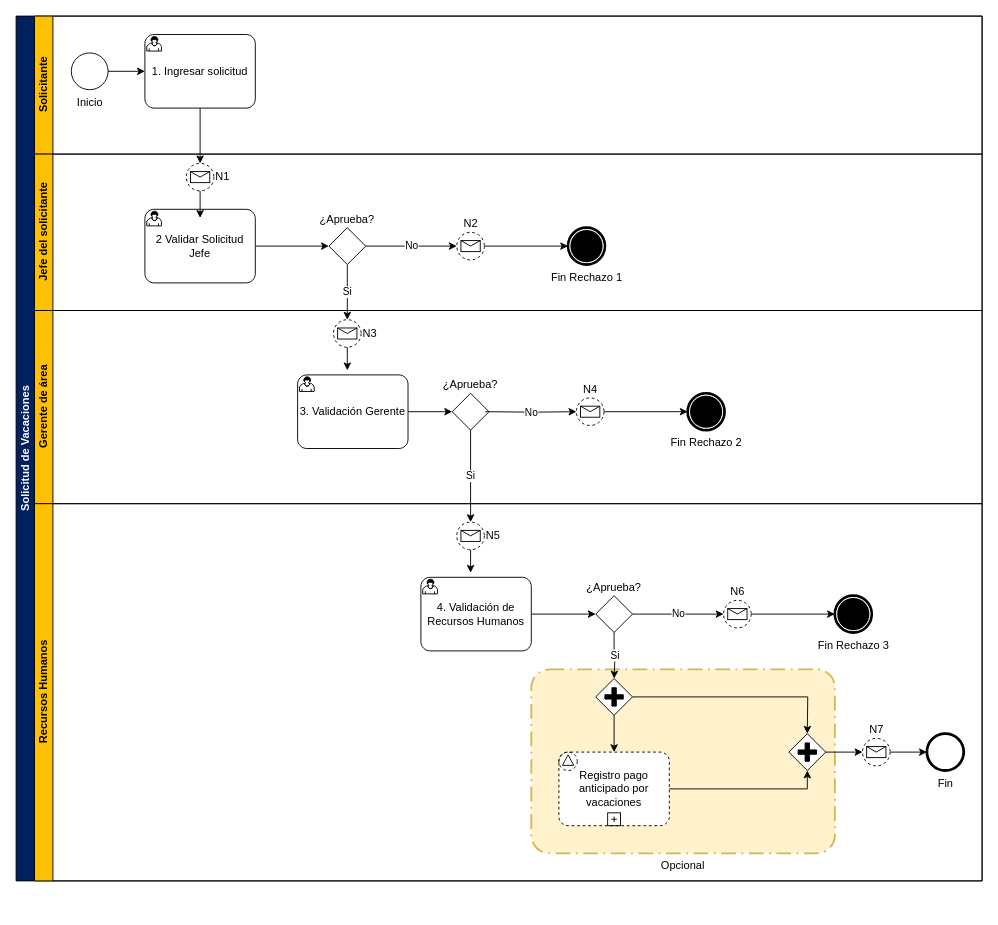
Earlier version of the draw.io diagram page "BPMN" (4 of 4) of RH_FG_01_SOL-VAC_2201_01.drawio (prtigofn/Dev2.0). Source tidied: cells renumbered, new cells numbered last; positions are measured from the earlier drawing's top-left corner, leaving out a move shared by most shapes. Both pictures are drawn from the tidied source at 92%, with x=0, y=0 at pixel (16, 16).
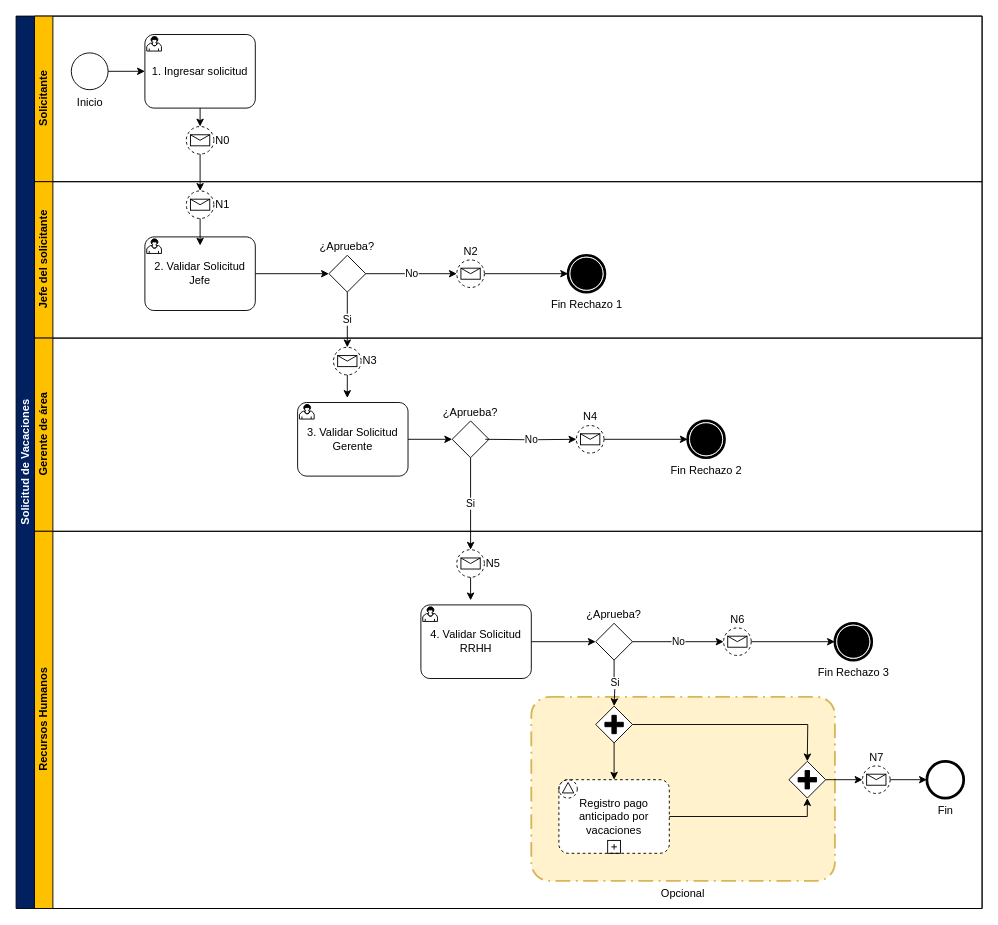
The same page after the edit.

The change refers to these unchanged cells:
```xml
<mxCell id="4" value="1. Ingresar solicitud" style="points=[[0.25,0,0],[0.5,0,0],[0.75,0,0],[1,0.25,0],[1,0.5,0],[1,0.75,0],[0.75,1,0],[0.5,1,0],[0.25,1,0],[0,0.75,0],[0,0.5,0],[0,0.25,0]];shape=mxgraph.bpmn.task;whiteSpace=wrap;rectStyle=rounded;size=10;html=1;taskMarker=user;" parent="3" vertex="1">
  <mxGeometry x="120" y="20" width="120" height="80" as="geometry" />
</mxCell>
<mxCell id="8" value="N1" style="points=[[0.145,0.145,0],[0.5,0,0],[0.855,0.145,0],[1,0.5,0],[0.855,0.855,0],[0.5,1,0],[0.145,0.855,0],[0,0.5,0]];shape=mxgraph.bpmn.event;html=1;verticalLabelPosition=middle;labelBackgroundColor=#ffffff;verticalAlign=middle;align=left;perimeter=ellipsePerimeter;outlineConnect=0;outline=eventNonint;symbol=message;labelPosition=right;" parent="7" vertex="1">
  <mxGeometry x="165" y="10" width="30" height="30" as="geometry" />
</mxCell>
```

The edit, as a diff of the source:
```diff
@@
     <mxCell id="2" value="Solicitud de Vacaciones" style="swimlane;html=1;horizontal=0;startSize=20;whiteSpace=wrap;fillColor=#002060;fontColor=#FFFFFF;" parent="1" vertex="1">
-      <mxGeometry width="1050" height="940" as="geometry" />
+      <mxGeometry width="1050" height="970" as="geometry" />
     </mxCell>
     <mxCell id="3" value="Solicitante" style="swimlane;html=1;startSize=20;horizontal=0;fillColor=#ffc000;" parent="2" vertex="1">
-      <mxGeometry x="20" width="1030" height="150" as="geometry" />
+      <mxGeometry x="20" width="1030" height="180" as="geometry" />
     </mxCell>
@@
+    <mxCell id="52" value="N0" style="points=[[0.145,0.145,0],[0.5,0,0],[0.855,0.145,0],[1,0.5,0],[0.855,0.855,0],[0.5,1,0],[0.145,0.855,0],[0,0.5,0]];shape=mxgraph.bpmn.event;html=1;verticalLabelPosition=middle;labelBackgroundColor=#ffffff;verticalAlign=middle;align=left;perimeter=ellipsePerimeter;outlineConnect=0;outline=eventNonint;symbol=message;labelPosition=right;" parent="3" vertex="1">
+      <mxGeometry x="165" y="120" width="30" height="30" as="geometry" />
+    </mxCell>
+    <mxCell id="27" style="edgeStyle=orthogonalEdgeStyle;rounded=0;jettySize=auto;html=1;exitX=0.5;exitY=1;exitDx=0;exitDy=0;exitPerimeter=0;entryX=0.5;entryY=0;entryDx=0;entryDy=0;entryPerimeter=0;" parent="3" edge="1" source="4" target="52">
+      <mxGeometry relative="1" as="geometry" />
+    </mxCell>
     <mxCell id="7" value="Jefe del solicitante" style="swimlane;html=1;startSize=20;horizontal=0;fillColor=#ffc000;" parent="2" vertex="1">
-      <mxGeometry x="20" y="150" width="1030" height="170" as="geometry" />
+      <mxGeometry x="20" y="180" width="1030" height="170" as="geometry" />
     </mxCell>
@@
-    <mxCell id="10" value="2 Validar Solicitud Jefe" style="points=[[0.25,0,0],[0.5,0,0],[0.75,0,0],[1,0.25,0],[1,0.5,0],[1,0.75,0],[0.75,1,0],[0.5,1,0],[0.25,1,0],[0,0.75,0],[0,0.5,0],[0,0.25,0]];shape=mxgraph.bpmn.task;whiteSpace=wrap;rectStyle=rounded;size=10;html=1;taskMarker=user;" parent="7" vertex="1">
+    <mxCell id="10" value="2. Validar Solicitud Jefe" style="points=[[0.25,0,0],[0.5,0,0],[0.75,0,0],[1,0.25,0],[1,0.5,0],[1,0.75,0],[0.75,1,0],[0.5,1,0],[0.25,1,0],[0,0.75,0],[0,0.5,0],[0,0.25,0]];shape=mxgraph.bpmn.task;whiteSpace=wrap;rectStyle=rounded;size=10;html=1;taskMarker=user;" parent="7" vertex="1">
       <mxGeometry x="120" y="60" width="120" height="80" as="geometry" />
     </mxCell>
@@
     <mxCell id="17" value="Gerente de área" style="swimlane;html=1;startSize=20;horizontal=0;fillColor=#ffc000;" parent="2" vertex="1">
-      <mxGeometry x="20" y="320" width="1030" height="210" as="geometry" />
+      <mxGeometry x="20" y="350" width="1030" height="210" as="geometry" />
     </mxCell>
@@
-    <mxCell id="19" value="3. Validación Gerente" style="points=[[0.25,0,0],[0.5,0,0],[0.75,0,0],[1,0.25,0],[1,0.5,0],[1,0.75,0],[0.75,1,0],[0.5,1,0],[0.25,1,0],[0,0.75,0],[0,0.5,0],[0,0.25,0]];shape=mxgraph.bpmn.task;whiteSpace=wrap;rectStyle=rounded;size=10;html=1;taskMarker=user;" parent="17" vertex="1">
+    <mxCell id="19" value="3. Validar Solicitud Gerente" style="points=[[0.25,0,0],[0.5,0,0],[0.75,0,0],[1,0.25,0],[1,0.5,0],[1,0.75,0],[0.75,1,0],[0.5,1,0],[0.25,1,0],[0,0.75,0],[0,0.5,0],[0,0.25,0]];shape=mxgraph.bpmn.task;whiteSpace=wrap;rectStyle=rounded;size=10;html=1;taskMarker=user;" parent="17" vertex="1">
       <mxGeometry x="286" y="70" width="120" height="80" as="geometry" />
     </mxCell>
@@
-    <mxCell id="27" style="edgeStyle=orthogonalEdgeStyle;rounded=0;jettySize=auto;html=1;exitX=0.5;exitY=1;exitDx=0;exitDy=0;exitPerimeter=0;entryX=0.5;entryY=0;entryDx=0;entryDy=0;entryPerimeter=0;" parent="2" edge="1" source="4" target="8">
-      <mxGeometry relative="1" as="geometry" />
-    </mxCell>
@@
     <mxCell id="30" value="Recursos Humanos" style="swimlane;html=1;startSize=20;horizontal=0;fillColor=#ffc000;" parent="2" vertex="1">
-      <mxGeometry x="20" y="530" width="1030" height="410" as="geometry" />
+      <mxGeometry x="20" y="560" width="1030" height="410" as="geometry" />
     </mxCell>
@@
-    <mxCell id="33" value="4. Validación de Recursos Humanos" style="points=[[0.25,0,0],[0.5,0,0],[0.75,0,0],[1,0.25,0],[1,0.5,0],[1,0.75,0],[0.75,1,0],[0.5,1,0],[0.25,1,0],[0,0.75,0],[0,0.5,0],[0,0.25,0]];shape=mxgraph.bpmn.task;whiteSpace=wrap;rectStyle=rounded;size=10;html=1;taskMarker=user;" parent="30" vertex="1">
+    <mxCell id="33" value="4. Validar Solicitud RRHH" style="points=[[0.25,0,0],[0.5,0,0],[0.75,0,0],[1,0.25,0],[1,0.5,0],[1,0.75,0],[0.75,1,0],[0.5,1,0],[0.25,1,0],[0,0.75,0],[0,0.5,0],[0,0.25,0]];shape=mxgraph.bpmn.task;whiteSpace=wrap;rectStyle=rounded;size=10;html=1;taskMarker=user;" parent="30" vertex="1">
       <mxGeometry x="420" y="80" width="120" height="80" as="geometry" />
     </mxCell>
@@
+    <mxCell id="53" style="edgeStyle=orthogonalEdgeStyle;rounded=0;jettySize=auto;html=1;" parent="2" edge="1" source="52" target="8">
+      <mxGeometry relative="1" as="geometry" />
+    </mxCell>
```
